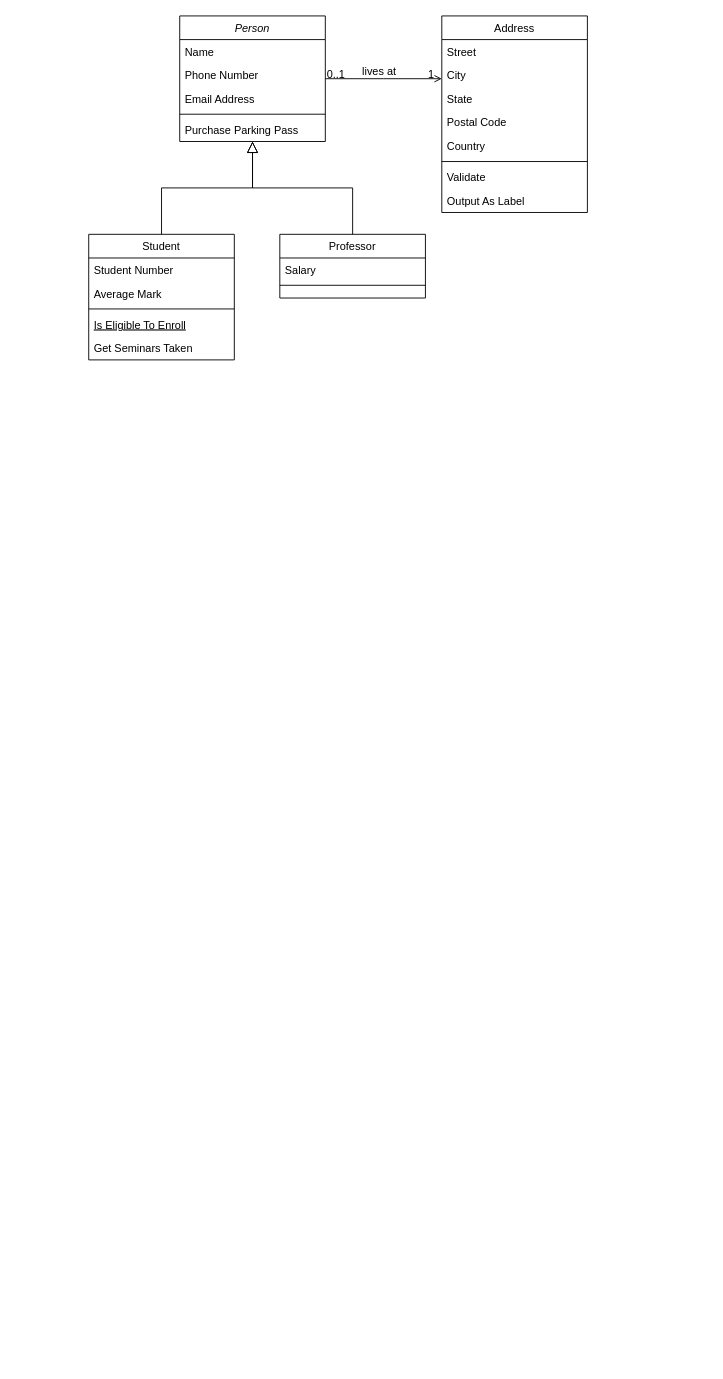
Before: page "Class Diagram" (1 of 4) of Itcctv_shop Design.drawio in itcctvsoft/Itcctv_shop_design, a draw.io diagram. Source tidied: cells renumbered, new cells numbered last; positions are measured from the earlier drawing's top-left corner, leaving out a move shared by most shapes. Both pictures are drawn from the tidied source at 91%, with x=0, y=0 at pixel (88, 15).
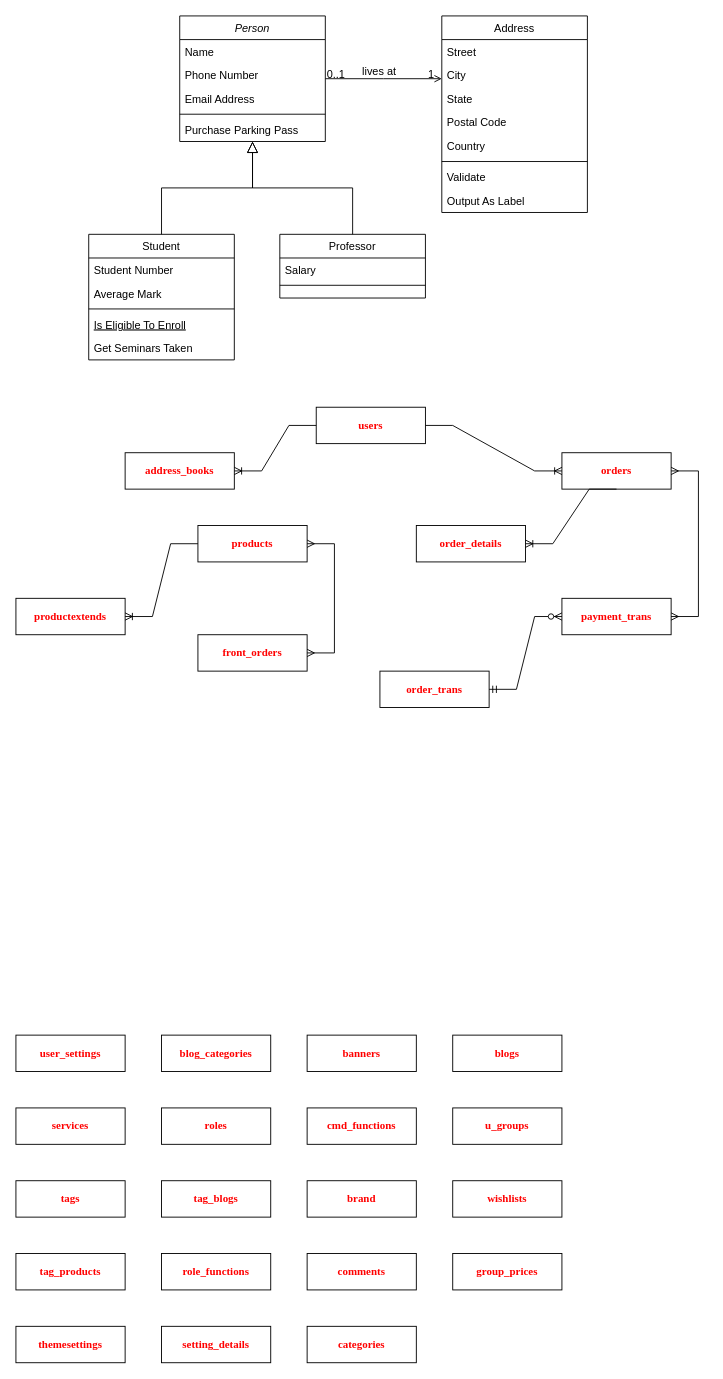
The same page after the edit.

Diff of the diagram source:
```diff
@@
+    <mxCell id="32" value="&lt;p class=&quot;MsoNormal&quot;&gt;&lt;b&gt;&lt;span style=&quot;mso-spacerun:'yes';font-family:'Times New Roman';color:rgb(255,0,0);&#10;font-weight:bold;font-size:13,0000pt;&quot;&gt;address_books&lt;/span&gt;&lt;/b&gt;&lt;/p&gt;" style="rounded=0;whiteSpace=wrap;html=1;" parent="1" vertex="1">
+      <mxGeometry x="40" y="480" width="120" height="40" as="geometry" />
+    </mxCell>
+    <mxCell id="33" value="&lt;p class=&quot;MsoNormal&quot;&gt;&lt;font face=&quot;Times New Roman&quot; color=&quot;#ff0000&quot;&gt;&lt;b&gt;banners&lt;/b&gt;&lt;/font&gt;&lt;/p&gt;" style="rounded=0;whiteSpace=wrap;html=1;" parent="1" vertex="1">
+      <mxGeometry x="240" y="1120" width="120" height="40" as="geometry" />
+    </mxCell>
+    <mxCell id="34" value="&lt;p class=&quot;MsoNormal&quot;&gt;&lt;font face=&quot;Times New Roman&quot; color=&quot;#ff0000&quot;&gt;&lt;b&gt;blogs&lt;/b&gt;&lt;/font&gt;&lt;/p&gt;" style="rounded=0;whiteSpace=wrap;html=1;" parent="1" vertex="1">
+      <mxGeometry x="400" y="1120" width="120" height="40" as="geometry" />
+    </mxCell>
+    <mxCell id="35" value="&lt;p class=&quot;MsoNormal&quot;&gt;&lt;b&gt;&lt;span style=&quot;font-family: &amp;quot;Times New Roman&amp;quot;; color: rgb(255, 0, 0);&quot;&gt;blog_categories&lt;/span&gt;&lt;/b&gt;&lt;/p&gt;" style="rounded=0;whiteSpace=wrap;html=1;" parent="1" vertex="1">
+      <mxGeometry x="80" y="1120" width="120" height="40" as="geometry" />
+    </mxCell>
+    <mxCell id="36" value="&lt;p class=&quot;MsoNormal&quot;&gt;&lt;b&gt;&lt;span style=&quot;font-family: &amp;quot;Times New Roman&amp;quot;; color: rgb(255, 0, 0);&quot;&gt;brand&lt;/span&gt;&lt;/b&gt;&lt;/p&gt;" style="rounded=0;whiteSpace=wrap;html=1;" parent="1" vertex="1">
+      <mxGeometry x="240" y="1280" width="120" height="40" as="geometry" />
+    </mxCell>
+    <mxCell id="37" value="&lt;p class=&quot;MsoNormal&quot;&gt;&lt;b&gt;&lt;span style=&quot;font-family: &amp;quot;Times New Roman&amp;quot;; color: rgb(255, 0, 0);&quot;&gt;categories&lt;/span&gt;&lt;/b&gt;&lt;/p&gt;" style="rounded=0;whiteSpace=wrap;html=1;" parent="1" vertex="1">
+      <mxGeometry x="240" y="1440" width="120" height="40" as="geometry" />
+    </mxCell>
+    <mxCell id="38" value="&lt;p class=&quot;MsoNormal&quot;&gt;&lt;b&gt;&lt;span style=&quot;mso-spacerun:'yes';font-family:'Times New Roman';color:rgb(255,0,0);&#10;font-weight:bold;font-size:13,0000pt;&quot;&gt;cmd_functions&lt;/span&gt;&lt;/b&gt;&lt;/p&gt;" style="rounded=0;whiteSpace=wrap;html=1;" parent="1" vertex="1">
+      <mxGeometry x="240" y="1200" width="120" height="40" as="geometry" />
+    </mxCell>
+    <mxCell id="39" value="&lt;p class=&quot;MsoNormal&quot;&gt;&lt;b&gt;&lt;span style=&quot;font-family: &amp;quot;Times New Roman&amp;quot;; color: rgb(255, 0, 0);&quot;&gt;comments&lt;/span&gt;&lt;/b&gt;&lt;/p&gt;" style="rounded=0;whiteSpace=wrap;html=1;" parent="1" vertex="1">
+      <mxGeometry x="240" y="1360" width="120" height="40" as="geometry" />
+    </mxCell>
+    <mxCell id="40" value="&lt;p class=&quot;MsoNormal&quot;&gt;&lt;b&gt;&lt;span style=&quot;font-family: &amp;quot;Times New Roman&amp;quot;; color: rgb(255, 0, 0);&quot;&gt;front_orders&lt;/span&gt;&lt;/b&gt;&lt;/p&gt;" style="rounded=0;whiteSpace=wrap;html=1;" parent="1" vertex="1">
+      <mxGeometry x="120" y="680" width="120" height="40" as="geometry" />
+    </mxCell>
+    <mxCell id="41" value="&lt;p class=&quot;MsoNormal&quot;&gt;&lt;b&gt;&lt;span style=&quot;mso-spacerun:'yes';font-family:'Times New Roman';color:rgb(255,0,0);&#10;font-weight:bold;font-size:13,0000pt;&quot;&gt;group_prices&lt;/span&gt;&lt;/b&gt;&lt;/p&gt;" style="rounded=0;whiteSpace=wrap;html=1;" parent="1" vertex="1">
+      <mxGeometry x="400" y="1360" width="120" height="40" as="geometry" />
+    </mxCell>
+    <mxCell id="42" value="&lt;p class=&quot;MsoNormal&quot;&gt;&lt;b&gt;&lt;span style=&quot;font-family: &amp;quot;Times New Roman&amp;quot;; color: rgb(255, 0, 0);&quot;&gt;productextends&lt;/span&gt;&lt;/b&gt;&lt;/p&gt;" style="rounded=0;whiteSpace=wrap;html=1;" parent="1" vertex="1">
+      <mxGeometry x="-80" y="640" width="120" height="40" as="geometry" />
+    </mxCell>
+    <mxCell id="43" value="&lt;p class=&quot;MsoNormal&quot;&gt;&lt;b&gt;&lt;span style=&quot;mso-spacerun:'yes';font-family:'Times New Roman';color:rgb(255,0,0);&#10;font-weight:bold;font-size:13,0000pt;&quot;&gt;order_details&lt;/span&gt;&lt;/b&gt;&lt;/p&gt;" style="rounded=0;whiteSpace=wrap;html=1;" parent="1" vertex="1">
+      <mxGeometry x="360" y="560" width="120" height="40" as="geometry" />
+    </mxCell>
+    <mxCell id="44" value="&lt;p class=&quot;MsoNormal&quot;&gt;&lt;b&gt;&lt;span style=&quot;font-family: &amp;quot;Times New Roman&amp;quot;; color: rgb(255, 0, 0);&quot;&gt;payment_trans&lt;/span&gt;&lt;/b&gt;&lt;/p&gt;" style="rounded=0;whiteSpace=wrap;html=1;" parent="1" vertex="1">
+      <mxGeometry x="520" y="640" width="120" height="40" as="geometry" />
+    </mxCell>
+    <mxCell id="45" value="&lt;p class=&quot;MsoNormal&quot;&gt;&lt;b&gt;&lt;span style=&quot;font-family: &amp;quot;Times New Roman&amp;quot;; color: rgb(255, 0, 0);&quot;&gt;roles&lt;/span&gt;&lt;/b&gt;&lt;/p&gt;" style="rounded=0;whiteSpace=wrap;html=1;" parent="1" vertex="1">
+      <mxGeometry x="80" y="1200" width="120" height="40" as="geometry" />
+    </mxCell>
+    <mxCell id="46" value="&lt;p class=&quot;MsoNormal&quot;&gt;&lt;b&gt;&lt;span style=&quot;font-family: &amp;quot;Times New Roman&amp;quot;; color: rgb(255, 0, 0);&quot;&gt;products&lt;/span&gt;&lt;/b&gt;&lt;/p&gt;" style="rounded=0;whiteSpace=wrap;html=1;" parent="1" vertex="1">
+      <mxGeometry x="120" y="560" width="120" height="40" as="geometry" />
+    </mxCell>
+    <mxCell id="47" value="&lt;p class=&quot;MsoNormal&quot;&gt;&lt;b&gt;&lt;span style=&quot;font-family: &amp;quot;Times New Roman&amp;quot;; color: rgb(255, 0, 0);&quot;&gt;order_trans&lt;/span&gt;&lt;/b&gt;&lt;/p&gt;" style="rounded=0;whiteSpace=wrap;html=1;" parent="1" vertex="1">
+      <mxGeometry x="320" y="720" width="120" height="40" as="geometry" />
+    </mxCell>
+    <mxCell id="48" value="&lt;p class=&quot;MsoNormal&quot;&gt;&lt;b&gt;&lt;span style=&quot;font-family: &amp;quot;Times New Roman&amp;quot;; color: rgb(255, 0, 0);&quot;&gt;role_functions&lt;/span&gt;&lt;/b&gt;&lt;/p&gt;" style="rounded=0;whiteSpace=wrap;html=1;" parent="1" vertex="1">
+      <mxGeometry x="80" y="1360" width="120" height="40" as="geometry" />
+    </mxCell>
+    <mxCell id="49" value="&lt;p class=&quot;MsoNormal&quot;&gt;&lt;b&gt;&lt;span style=&quot;font-family: &amp;quot;Times New Roman&amp;quot;; color: rgb(255, 0, 0);&quot;&gt;services&lt;/span&gt;&lt;/b&gt;&lt;/p&gt;" style="rounded=0;whiteSpace=wrap;html=1;" parent="1" vertex="1">
+      <mxGeometry x="-80" y="1200" width="120" height="40" as="geometry" />
+    </mxCell>
+    <mxCell id="50" value="&lt;p class=&quot;MsoNormal&quot;&gt;&lt;b&gt;&lt;span style=&quot;font-family: &amp;quot;Times New Roman&amp;quot;; color: rgb(255, 0, 0);&quot;&gt;orders&lt;/span&gt;&lt;/b&gt;&lt;/p&gt;" style="rounded=0;whiteSpace=wrap;html=1;" parent="1" vertex="1">
+      <mxGeometry x="520" y="480" width="120" height="40" as="geometry" />
+    </mxCell>
+    <mxCell id="51" value="&lt;p class=&quot;MsoNormal&quot;&gt;&lt;b&gt;&lt;span style=&quot;font-family: &amp;quot;Times New Roman&amp;quot;; color: rgb(255, 0, 0);&quot;&gt;setting_details&lt;/span&gt;&lt;/b&gt;&lt;/p&gt;" style="rounded=0;whiteSpace=wrap;html=1;" parent="1" vertex="1">
+      <mxGeometry x="80" y="1440" width="120" height="40" as="geometry" />
+    </mxCell>
+    <mxCell id="52" value="&lt;p class=&quot;MsoNormal&quot;&gt;&lt;b&gt;&lt;span style=&quot;font-family: &amp;quot;Times New Roman&amp;quot;; color: rgb(255, 0, 0);&quot;&gt;tags&lt;/span&gt;&lt;/b&gt;&lt;/p&gt;" style="rounded=0;whiteSpace=wrap;html=1;" parent="1" vertex="1">
+      <mxGeometry x="-80" y="1280" width="120" height="40" as="geometry" />
+    </mxCell>
+    <mxCell id="53" value="&lt;p class=&quot;MsoNormal&quot;&gt;&lt;b&gt;&lt;span style=&quot;font-family: &amp;quot;Times New Roman&amp;quot;; color: rgb(255, 0, 0);&quot;&gt;tag_blogs&lt;/span&gt;&lt;/b&gt;&lt;/p&gt;" style="rounded=0;whiteSpace=wrap;html=1;" parent="1" vertex="1">
+      <mxGeometry x="80" y="1280" width="120" height="40" as="geometry" />
+    </mxCell>
+    <mxCell id="54" value="&lt;p class=&quot;MsoNormal&quot;&gt;&lt;b&gt;&lt;span style=&quot;font-family: &amp;quot;Times New Roman&amp;quot;; color: rgb(255, 0, 0);&quot;&gt;tag_products&lt;/span&gt;&lt;/b&gt;&lt;/p&gt;" style="rounded=0;whiteSpace=wrap;html=1;" parent="1" vertex="1">
+      <mxGeometry x="-80" y="1360" width="120" height="40" as="geometry" />
+    </mxCell>
+    <mxCell id="55" value="&lt;p class=&quot;MsoNormal&quot;&gt;&lt;b&gt;&lt;span style=&quot;font-family: &amp;quot;Times New Roman&amp;quot;; color: rgb(255, 0, 0);&quot;&gt;themesettings&lt;/span&gt;&lt;/b&gt;&lt;/p&gt;" style="rounded=0;whiteSpace=wrap;html=1;" parent="1" vertex="1">
+      <mxGeometry x="-80" y="1440" width="120" height="40" as="geometry" />
+    </mxCell>
+    <mxCell id="56" value="&lt;p class=&quot;MsoNormal&quot;&gt;&lt;b&gt;&lt;span style=&quot;font-family: &amp;quot;Times New Roman&amp;quot;; color: rgb(255, 0, 0);&quot;&gt;users&lt;/span&gt;&lt;/b&gt;&lt;/p&gt;" style="rounded=0;whiteSpace=wrap;html=1;" parent="1" vertex="1">
+      <mxGeometry x="250" y="430" width="120" height="40" as="geometry" />
+    </mxCell>
+    <mxCell id="57" value="&lt;p class=&quot;MsoNormal&quot;&gt;&lt;b&gt;&lt;span style=&quot;font-family: &amp;quot;Times New Roman&amp;quot;; color: rgb(255, 0, 0);&quot;&gt;user_settings&lt;/span&gt;&lt;/b&gt;&lt;/p&gt;" style="rounded=0;whiteSpace=wrap;html=1;" parent="1" vertex="1">
+      <mxGeometry x="-80" y="1120" width="120" height="40" as="geometry" />
+    </mxCell>
+    <mxCell id="58" value="&lt;p class=&quot;MsoNormal&quot;&gt;&lt;b&gt;&lt;span style=&quot;font-family: &amp;quot;Times New Roman&amp;quot;; color: rgb(255, 0, 0);&quot;&gt;u_groups&lt;/span&gt;&lt;/b&gt;&lt;/p&gt;" style="rounded=0;whiteSpace=wrap;html=1;" parent="1" vertex="1">
+      <mxGeometry x="400" y="1200" width="120" height="40" as="geometry" />
+    </mxCell>
+    <mxCell id="59" value="&lt;p class=&quot;MsoNormal&quot;&gt;&lt;b&gt;&lt;span style=&quot;font-family: &amp;quot;Times New Roman&amp;quot;; color: rgb(255, 0, 0);&quot;&gt;wishlists&lt;/span&gt;&lt;/b&gt;&lt;/p&gt;" style="rounded=0;whiteSpace=wrap;html=1;" parent="1" vertex="1">
+      <mxGeometry x="400" y="1280" width="120" height="40" as="geometry" />
+    </mxCell>
+    <mxCell id="60" style="edgeStyle=entityRelationEdgeStyle;fontSize=12;html=1;endArrow=ERoneToMany;rounded=0;exitX=1;exitY=0.5;exitDx=0;exitDy=0;entryX=0;entryY=0.5;entryDx=0;entryDy=0;" parent="1" edge="1" source="56" target="50">
+      <mxGeometry relative="1" as="geometry" />
+    </mxCell>
+    <mxCell id="61" style="edgeStyle=entityRelationEdgeStyle;fontSize=12;html=1;endArrow=ERoneToMany;rounded=0;exitX=0;exitY=0.5;exitDx=0;exitDy=0;entryX=1;entryY=0.5;entryDx=0;entryDy=0;" parent="1" edge="1" source="56" target="32">
+      <mxGeometry relative="1" as="geometry">
+        <Array as="points">
+          <mxPoint x="380" y="520" />
+        </Array>
+      </mxGeometry>
+    </mxCell>
+    <mxCell id="62" style="edgeStyle=entityRelationEdgeStyle;fontSize=12;html=1;endArrow=ERoneToMany;rounded=0;exitX=0.5;exitY=1;exitDx=0;exitDy=0;" parent="1" edge="1" source="50" target="43">
+      <mxGeometry relative="1" as="geometry" />
+    </mxCell>
+    <mxCell id="63" style="edgeStyle=entityRelationEdgeStyle;fontSize=12;html=1;endArrow=ERmany;startArrow=ERmany;rounded=0;entryX=1;entryY=0.5;entryDx=0;entryDy=0;exitX=1;exitY=0.5;exitDx=0;exitDy=0;" parent="1" edge="1" source="44" target="50">
+      <mxGeometry relative="1" as="geometry" />
+    </mxCell>
+    <mxCell id="64" style="edgeStyle=entityRelationEdgeStyle;fontSize=12;html=1;endArrow=ERoneToMany;rounded=0;exitX=0;exitY=0.5;exitDx=0;exitDy=0;" parent="1" edge="1" source="46" target="42">
+      <mxGeometry relative="1" as="geometry" />
+    </mxCell>
+    <mxCell id="65" style="edgeStyle=entityRelationEdgeStyle;fontSize=12;html=1;endArrow=ERzeroToMany;startArrow=ERmandOne;rounded=0;entryX=0;entryY=0.5;entryDx=0;entryDy=0;exitX=1;exitY=0.5;exitDx=0;exitDy=0;" parent="1" edge="1" source="47" target="44">
+      <mxGeometry relative="1" as="geometry" />
+    </mxCell>
+    <mxCell id="66" style="edgeStyle=entityRelationEdgeStyle;fontSize=12;html=1;endArrow=ERmany;startArrow=ERmany;rounded=0;entryX=1;entryY=0.5;entryDx=0;entryDy=0;exitX=1;exitY=0.5;exitDx=0;exitDy=0;" parent="1" edge="1" source="40" target="46">
+      <mxGeometry relative="1" as="geometry" />
+    </mxCell>
```
